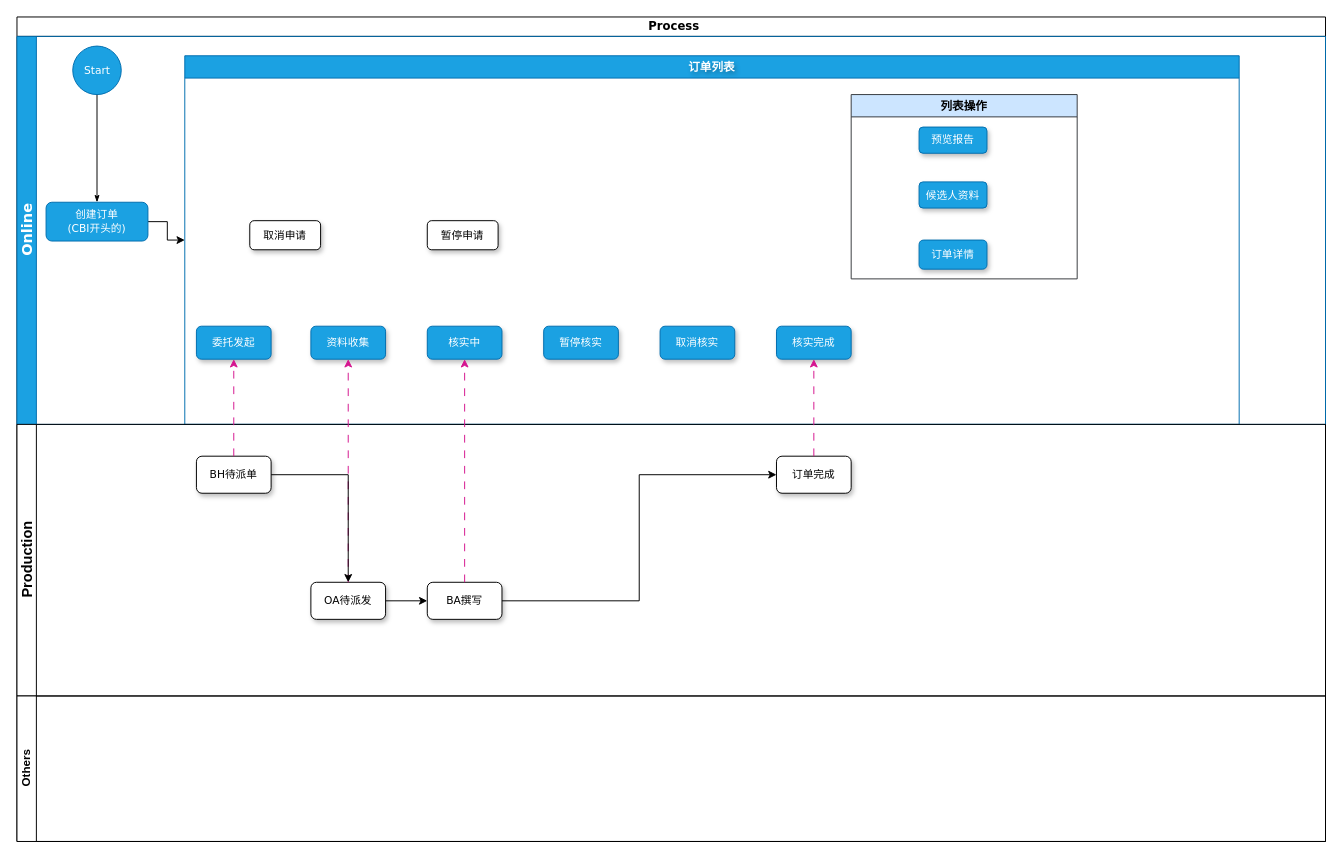
romon-liangbo/draw keeps this draw.io diagram as 3.drawio. Above is the earlier version. Source tidied: cells renumbered, new cells numbered last; positions are measured from the earlier drawing's top-left corner, leaving out a move shared by most shapes. Both pictures are drawn from the tidied source at 97%, with x=0, y=0 at pixel (16, 16).
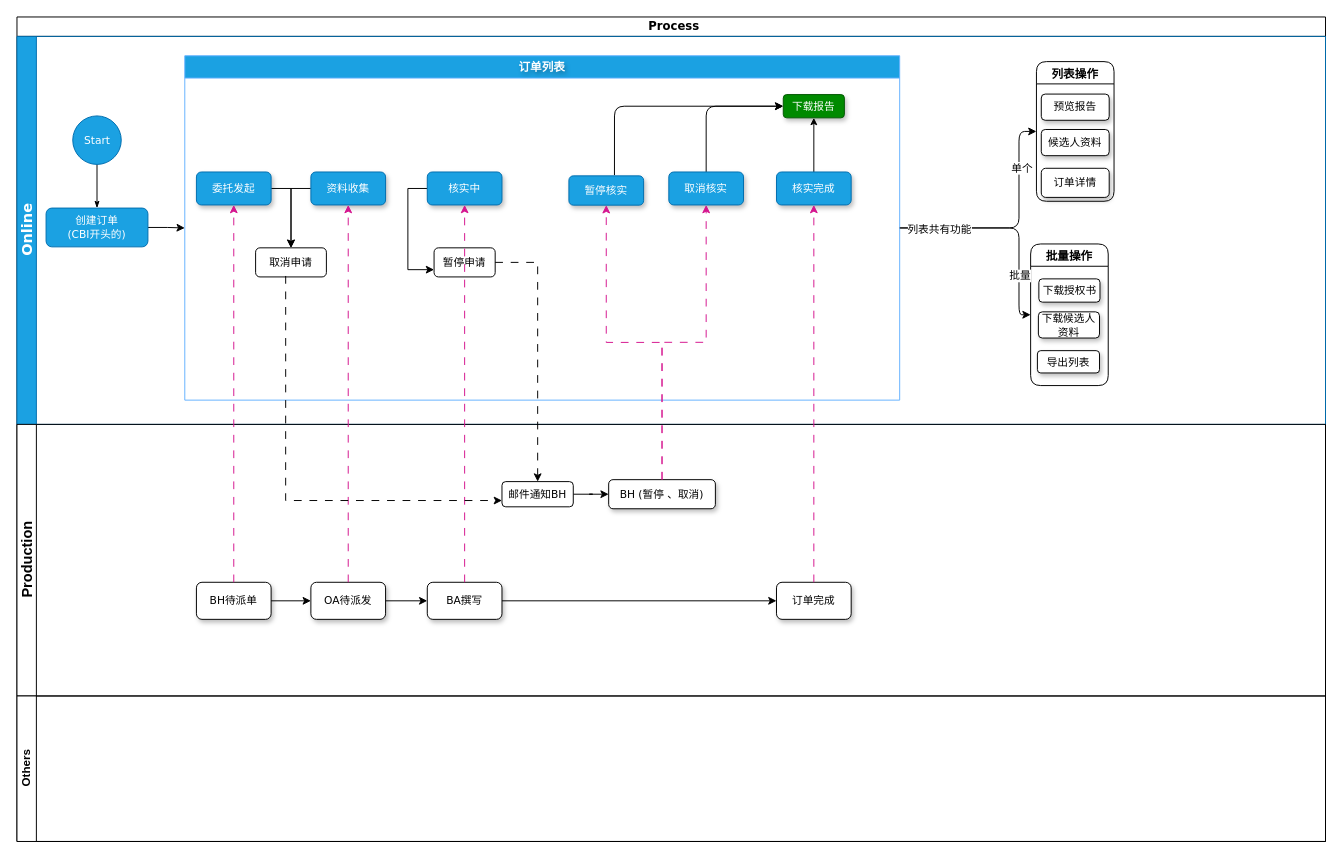
The same diagram, later.

Unchanged cells that the change refers to:
```xml
<mxCell id="2" value="&amp;nbsp;Process" style="swimlane;html=1;horizontal=1;startSize=20;rounded=0;shadow=0;labelBackgroundColor=default;strokeWidth=1;fontFamily=Verdana;fontSize=12;align=center;" parent="1" vertex="1">
  <mxGeometry width="1349" height="850" as="geometry" />
</mxCell>
<mxCell id="21" value="&lt;font style=&quot;font-size: 15px;&quot;&gt;Production&lt;/font&gt;" style="swimlane;html=1;startSize=20;horizontal=0;" parent="2" vertex="1">
  <mxGeometry y="420" width="1349" height="280" as="geometry" />
</mxCell>
```

What changed in the source:
```diff
@@
-    <mxCell id="3" value="&lt;font face=&quot;Verdana&quot; style=&quot;font-size: 15px;&quot;&gt;&lt;b style=&quot;&quot;&gt;Online&lt;/b&gt;&lt;/font&gt;" style="swimlane;html=1;startSize=20;horizontal=0;fontSize=12;fontStyle=0;fillColor=#1ba1e2;strokeColor=#006EAF;fontColor=#ffffff;" parent="2" vertex="1">
+    <mxCell id="3" value="&lt;font face=&quot;Verdana&quot; style=&quot;font-size: 15px;&quot;&gt;&lt;b style=&quot;&quot;&gt;Online&lt;/b&gt;&lt;/font&gt;" style="swimlane;html=1;startSize=20;horizontal=0;fontSize=12;fontStyle=0;fillColor=#1ba1e2;strokeColor=#006EAF;fontColor=#ffffff;fillStyle=auto;" parent="2" vertex="1">
       <mxGeometry y="20" width="1349" height="400" as="geometry" />
     </mxCell>
-    <mxCell id="4" value="订单列表" style="swimlane;whiteSpace=wrap;fillColor=#1ba1e2;strokeColor=#006EAF;fontColor=#ffffff;labelBackgroundColor=none;textShadow=1;html=1;" parent="3" vertex="1">
-      <mxGeometry x="173" y="20" width="1087" height="380" as="geometry" />
-    </mxCell>
-    <mxCell id="5" value="&lt;font style=&quot;font-size: 11px;&quot;&gt;委托发起&lt;/font&gt;" style="rounded=1;whiteSpace=wrap;html=1;shadow=1;labelBackgroundColor=none;strokeWidth=1;fontFamily=Verdana;fontSize=11;align=center;fillColor=#1ba1e2;fontColor=#ffffff;strokeColor=#006EAF;" parent="4" vertex="1">
-      <mxGeometry x="12" y="278.8" width="77" height="34" as="geometry" />
-    </mxCell>
-    <mxCell id="6" value="资料收集" style="rounded=1;whiteSpace=wrap;html=1;shadow=1;labelBackgroundColor=none;strokeWidth=1;fontFamily=Verdana;fontSize=11;align=center;fillColor=#1ba1e2;fontColor=#ffffff;strokeColor=#006EAF;" parent="4" vertex="1">
-      <mxGeometry x="130" y="278.8" width="77" height="34" as="geometry" />
-    </mxCell>
-    <mxCell id="7" value="核实中" style="rounded=1;whiteSpace=wrap;html=1;shadow=1;labelBackgroundColor=none;strokeWidth=1;fontFamily=Verdana;fontSize=11;align=center;fillColor=#1ba1e2;fontColor=#ffffff;strokeColor=#006EAF;" parent="4" vertex="1">
-      <mxGeometry x="250" y="278.8" width="77" height="34" as="geometry" />
-    </mxCell>
-    <mxCell id="8" value="暂停核实" style="rounded=1;whiteSpace=wrap;html=1;shadow=1;labelBackgroundColor=none;strokeWidth=1;fontFamily=Verdana;fontSize=11;align=center;fillColor=#1ba1e2;fontColor=#ffffff;strokeColor=#006EAF;" parent="4" vertex="1">
-      <mxGeometry x="370" y="278.8" width="77" height="34" as="geometry" />
-    </mxCell>
-    <mxCell id="9" value="取消核实" style="rounded=1;whiteSpace=wrap;html=1;shadow=1;labelBackgroundColor=none;strokeWidth=1;fontFamily=Verdana;fontSize=11;align=center;fillColor=#1ba1e2;fontColor=#ffffff;strokeColor=#006EAF;" parent="4" vertex="1">
-      <mxGeometry x="490" y="278.8" width="77" height="34" as="geometry" />
-    </mxCell>
-    <mxCell id="10" value="核实完成" style="rounded=1;whiteSpace=wrap;html=1;shadow=1;labelBackgroundColor=none;strokeWidth=1;fontFamily=Verdana;fontSize=11;align=center;fillColor=#1ba1e2;fontColor=#ffffff;strokeColor=#006EAF;" parent="4" vertex="1">
-      <mxGeometry x="610" y="278.8" width="77" height="34" as="geometry" />
-    </mxCell>
-    <mxCell id="11" value="列表操作" style="swimlane;whiteSpace=wrap;html=1;fillColor=#cce5ff;strokeColor=#36393d;" parent="4" vertex="1">
-      <mxGeometry x="687" y="40" width="233" height="190" as="geometry" />
+    <mxCell id="11" value="&lt;p style=&quot;line-height: 100%;&quot;&gt;列表操作&lt;/p&gt;" style="swimlane;whiteSpace=wrap;html=1;rounded=1;shadow=0;" parent="3" vertex="1">
+      <mxGeometry x="1051" y="26" width="80" height="144" as="geometry" />
     </mxCell>
-    <mxCell id="12" value="&lt;p style=&quot;line-height: 110%;&quot;&gt;预览报告&lt;/p&gt;" style="rounded=1;whiteSpace=wrap;html=1;shadow=1;labelBackgroundColor=none;strokeWidth=1;fontFamily=Verdana;fontSize=11;align=center;fillColor=#1ba1e2;fontColor=#ffffff;strokeColor=#006EAF;" parent="11" vertex="1">
-      <mxGeometry x="70" y="33.5" width="70" height="27" as="geometry" />
+    <mxCell id="12" value="&lt;p style=&quot;line-height: 110%;&quot;&gt;预览报告&lt;/p&gt;" style="rounded=1;whiteSpace=wrap;html=1;shadow=1;labelBackgroundColor=none;strokeWidth=1;fontFamily=Verdana;fontSize=11;align=center;" parent="11" vertex="1">
+      <mxGeometry x="5" y="33.5" width="70" height="27" as="geometry" />
     </mxCell>
-    <mxCell id="13" value="候选人资料" style="rounded=1;whiteSpace=wrap;html=1;shadow=1;labelBackgroundColor=none;strokeWidth=1;fontFamily=Verdana;fontSize=11;align=center;fillColor=#1ba1e2;fontColor=#ffffff;strokeColor=#006EAF;" parent="11" vertex="1">
-      <mxGeometry x="70" y="90" width="70" height="27" as="geometry" />
+    <mxCell id="13" value="候选人资料" style="rounded=1;whiteSpace=wrap;html=1;shadow=1;labelBackgroundColor=none;strokeWidth=1;fontFamily=Verdana;fontSize=11;align=center;" parent="11" vertex="1">
+      <mxGeometry x="5" y="70" width="70" height="27" as="geometry" />
     </mxCell>
-    <mxCell id="14" value="订单详情" style="rounded=1;whiteSpace=wrap;html=1;shadow=1;labelBackgroundColor=none;strokeWidth=1;fontFamily=Verdana;fontSize=11;align=center;fillColor=#1ba1e2;fontColor=#ffffff;strokeColor=#006EAF;" parent="11" vertex="1">
-      <mxGeometry x="70" y="150" width="70" height="30" as="geometry" />
+    <mxCell id="14" value="&lt;p style=&quot;line-height: 100%;&quot;&gt;订单详情&lt;/p&gt;" style="rounded=1;whiteSpace=wrap;html=1;shadow=1;labelBackgroundColor=none;strokeWidth=1;fontFamily=Verdana;fontSize=11;align=center;" parent="11" vertex="1">
+      <mxGeometry x="5" y="110" width="70" height="30" as="geometry" />
     </mxCell>
-    <mxCell id="15" value="取消申请" style="rounded=1;whiteSpace=wrap;html=1;shadow=1;labelBackgroundColor=none;strokeWidth=1;fontFamily=Verdana;fontSize=11;align=center;" parent="4" vertex="1">
-      <mxGeometry x="67" y="170" width="73" height="30" as="geometry" />
-    </mxCell>
-    <mxCell id="16" value="暂停申请" style="rounded=1;whiteSpace=wrap;html=1;shadow=1;labelBackgroundColor=none;strokeWidth=1;fontFamily=Verdana;fontSize=11;align=center;" parent="4" vertex="1">
-      <mxGeometry x="250" y="170" width="73" height="30" as="geometry" />
-    </mxCell>
@@
     <mxCell id="18" value="&lt;font style=&quot;font-size: 11px;&quot;&gt;Start&lt;/font&gt;" style="ellipse;whiteSpace=wrap;html=1;rounded=0;shadow=0;labelBackgroundColor=none;strokeWidth=1;fontFamily=Verdana;fontSize=8;align=center;fillColor=#1ba1e2;fontColor=#ffffff;strokeColor=#006EAF;" parent="3" vertex="1">
-      <mxGeometry x="57.5" y="10" width="50" height="50" as="geometry" />
+      <mxGeometry x="57.5" y="82" width="50" height="50" as="geometry" />
     </mxCell>
@@
     <mxCell id="20" value="&lt;font style=&quot;font-size: 11px;&quot;&gt;创建订单&lt;br&gt;(CBI开头的)&lt;/font&gt;" style="rounded=1;whiteSpace=wrap;html=1;shadow=0;labelBackgroundColor=none;strokeWidth=1;fontFamily=Verdana;fontSize=8;align=center;direction=south;fillColor=#1ba1e2;fontColor=#ffffff;strokeColor=#006EAF;" parent="3" vertex="1">
-      <mxGeometry x="30" y="171" width="105" height="40" as="geometry" />
+      <mxGeometry x="30" y="177" width="105" height="40" as="geometry" />
     </mxCell>
+    <mxCell id="34" style="edgeStyle=orthogonalEdgeStyle;rounded=1;jettySize=auto;html=1;entryX=0;entryY=0.5;entryDx=0;entryDy=0;exitX=1;exitY=0.5;exitDx=0;exitDy=0;curved=0;" parent="3" edge="1" source="4" target="11">
+      <mxGeometry relative="1" as="geometry">
+        <Array as="points">
+          <mxPoint x="1033" y="198" />
+          <mxPoint x="1033" y="98" />
+        </Array>
+      </mxGeometry>
+    </mxCell>
+    <mxCell id="35" value="单个" style="edgeLabel;html=1;align=center;verticalAlign=middle;" parent="34" vertex="1">
+      <mxGeometry x="0.54" y="-1" relative="1" as="geometry">
+        <mxPoint x="1" as="offset" />
+      </mxGeometry>
+    </mxCell>
+    <mxCell id="4" value="订单列表" style="swimlane;whiteSpace=wrap;fillColor=#1ba1e2;strokeColor=#66B2FF;fontColor=#ffffff;labelBackgroundColor=none;textShadow=1;html=1;perimeterSpacing=0;" parent="3" vertex="1">
+      <mxGeometry x="173" y="20" width="737" height="355" as="geometry" />
+    </mxCell>
+    <mxCell id="36" style="edgeStyle=orthogonalEdgeStyle;rounded=0;jettySize=auto;html=1;entryX=0.5;entryY=0;entryDx=0;entryDy=0;exitX=1;exitY=0.5;exitDx=0;exitDy=0;" parent="4" edge="1" source="5" target="15">
+      <mxGeometry relative="1" as="geometry" />
+    </mxCell>
+    <mxCell id="5" value="&lt;font style=&quot;font-size: 11px;&quot;&gt;委托发起&lt;/font&gt;" style="rounded=1;whiteSpace=wrap;html=1;shadow=1;labelBackgroundColor=none;strokeWidth=1;fontFamily=Verdana;fontSize=11;align=center;fillColor=#1ba1e2;fontColor=#ffffff;strokeColor=#006EAF;" parent="4" vertex="1">
+      <mxGeometry x="12" y="119.8" width="77" height="34" as="geometry" />
+    </mxCell>
+    <mxCell id="37" style="edgeStyle=orthogonalEdgeStyle;rounded=0;jettySize=auto;html=1;exitX=0;exitY=0.5;exitDx=0;exitDy=0;entryX=0.5;entryY=0;entryDx=0;entryDy=0;" parent="4" edge="1" source="6" target="15">
+      <mxGeometry relative="1" as="geometry" />
+    </mxCell>
+    <mxCell id="6" value="资料收集" style="rounded=1;whiteSpace=wrap;html=1;shadow=1;labelBackgroundColor=none;strokeWidth=1;fontFamily=Verdana;fontSize=11;align=center;fillColor=#1ba1e2;fontColor=#ffffff;strokeColor=#006EAF;" parent="4" vertex="1">
+      <mxGeometry x="130" y="119.8" width="77" height="34" as="geometry" />
+    </mxCell>
+    <mxCell id="38" style="edgeStyle=orthogonalEdgeStyle;rounded=0;jettySize=auto;html=1;entryX=0;entryY=0.75;entryDx=0;entryDy=0;exitX=0;exitY=0.5;exitDx=0;exitDy=0;" parent="4" edge="1" source="7" target="16">
+      <mxGeometry relative="1" as="geometry">
+        <Array as="points">
+          <mxPoint x="230" y="137" />
+          <mxPoint x="230" y="221" />
+        </Array>
+      </mxGeometry>
+    </mxCell>
+    <mxCell id="7" value="核实中" style="rounded=1;whiteSpace=wrap;html=1;shadow=1;labelBackgroundColor=none;strokeWidth=1;fontFamily=Verdana;fontSize=11;align=center;fillColor=#1ba1e2;fontColor=#ffffff;strokeColor=#006EAF;" parent="4" vertex="1">
+      <mxGeometry x="250" y="119.8" width="77" height="34" as="geometry" />
+    </mxCell>
+    <mxCell id="39" style="edgeStyle=orthogonalEdgeStyle;rounded=1;jettySize=auto;html=1;entryX=0;entryY=0.5;entryDx=0;entryDy=0;exitX=0.61;exitY=-0.025;exitDx=0;exitDy=0;exitPerimeter=0;curved=0;" parent="4" edge="1" source="8" target="42">
+      <mxGeometry relative="1" as="geometry" />
+    </mxCell>
+    <mxCell id="8" value="暂停核实" style="rounded=1;whiteSpace=wrap;html=1;shadow=1;labelBackgroundColor=none;strokeWidth=1;fontFamily=Verdana;fontSize=11;align=center;fillColor=#1ba1e2;fontColor=#ffffff;strokeColor=#006EAF;" parent="4" vertex="1">
+      <mxGeometry x="396" y="123.8" width="77" height="30.2" as="geometry" />
+    </mxCell>
+    <mxCell id="40" style="edgeStyle=orthogonalEdgeStyle;rounded=1;jettySize=auto;html=1;entryX=0;entryY=0.5;entryDx=0;entryDy=0;exitX=0.5;exitY=0;exitDx=0;exitDy=0;curved=0;" parent="4" edge="1" source="9" target="42">
+      <mxGeometry relative="1" as="geometry" />
+    </mxCell>
+    <mxCell id="9" value="取消核实" style="rounded=1;whiteSpace=wrap;html=1;shadow=1;labelBackgroundColor=none;strokeWidth=1;fontFamily=Verdana;fontSize=11;align=center;fillColor=#1ba1e2;fontColor=#ffffff;strokeColor=#006EAF;" parent="4" vertex="1">
+      <mxGeometry x="499" y="119.8" width="77" height="34" as="geometry" />
+    </mxCell>
+    <mxCell id="41" style="edgeStyle=orthogonalEdgeStyle;rounded=0;jettySize=auto;html=1;endSize=5;startSize=5;" parent="4" edge="1" source="10" target="42">
+      <mxGeometry relative="1" as="geometry" />
+    </mxCell>
+    <mxCell id="10" value="核实完成" style="rounded=1;whiteSpace=wrap;html=1;shadow=1;labelBackgroundColor=none;strokeWidth=1;fontFamily=Verdana;fontSize=11;align=center;fillColor=#1ba1e2;fontColor=#ffffff;strokeColor=#006EAF;" parent="4" vertex="1">
+      <mxGeometry x="610" y="119.8" width="77" height="34" as="geometry" />
+    </mxCell>
+    <mxCell id="15" value="取消申请" style="rounded=1;whiteSpace=wrap;html=1;shadow=0;labelBackgroundColor=none;strokeWidth=1;fontFamily=Verdana;fontSize=11;align=center;glass=0;" parent="4" vertex="1">
+      <mxGeometry x="73" y="198" width="73" height="30" as="geometry" />
+    </mxCell>
+    <mxCell id="16" value="暂停申请" style="rounded=1;whiteSpace=wrap;html=1;shadow=0;labelBackgroundColor=none;strokeWidth=1;fontFamily=Verdana;fontSize=11;align=center;" parent="4" vertex="1">
+      <mxGeometry x="257" y="198" width="63" height="30" as="geometry" />
+    </mxCell>
+    <mxCell id="42" value="下载报告" style="rounded=1;whiteSpace=wrap;html=1;shadow=1;labelBackgroundColor=none;strokeWidth=1;fontFamily=Verdana;fontSize=11;align=center;fillColor=#008a00;strokeColor=#005700;fontColor=#ffffff;" parent="4" vertex="1">
+      <mxGeometry x="617" y="40" width="63" height="24" as="geometry" />
+    </mxCell>
@@
     <mxCell id="22" value="订单完成" style="rounded=1;whiteSpace=wrap;html=1;shadow=1;labelBackgroundColor=none;strokeWidth=1;fontFamily=Verdana;fontSize=11;align=center;" parent="21" vertex="1">
-      <mxGeometry x="783" y="32.8" width="77" height="38.2" as="geometry" />
+      <mxGeometry x="783" y="162.8" width="77" height="38.2" as="geometry" />
     </mxCell>
     <mxCell id="23" value="BH待派单" style="rounded=1;whiteSpace=wrap;html=1;shadow=1;labelBackgroundColor=none;strokeWidth=1;fontFamily=Verdana;fontSize=11;align=center;" parent="21" vertex="1">
-      <mxGeometry x="185" y="32.8" width="77" height="38.2" as="geometry" />
+      <mxGeometry x="185" y="162.8" width="77" height="38.2" as="geometry" />
     </mxCell>
+    <mxCell id="43" value="BH (暂停 、取消)" style="rounded=1;whiteSpace=wrap;html=1;shadow=1;labelBackgroundColor=none;strokeWidth=1;fontFamily=Verdana;fontSize=11;align=center;" parent="21" vertex="1">
+      <mxGeometry x="610" y="57" width="110" height="30" as="geometry" />
+    </mxCell>
+    <mxCell id="44" style="edgeStyle=orthogonalEdgeStyle;rounded=0;jettySize=auto;html=1;" parent="21" edge="1" source="45" target="43">
+      <mxGeometry relative="1" as="geometry" />
+    </mxCell>
+    <mxCell id="45" value="邮件通知BH" style="whiteSpace=wrap;html=1;fontSize=11;fontFamily=Verdana;rounded=1;shadow=0;labelBackgroundColor=none;strokeWidth=1;glass=0;" parent="21" vertex="1">
+      <mxGeometry x="500" y="59" width="73.5" height="26" as="geometry" />
+    </mxCell>
@@
+    <mxCell id="46" style="edgeStyle=orthogonalEdgeStyle;rounded=0;jettySize=auto;html=1;entryX=0;entryY=0.75;entryDx=0;entryDy=0;exitX=0.425;exitY=0.967;exitDx=0;exitDy=0;exitPerimeter=0;dashed=1;dashPattern=8 8;" parent="2" edge="1" source="15" target="45">
+      <mxGeometry relative="1" as="geometry" />
+    </mxCell>
+    <mxCell id="47" style="edgeStyle=orthogonalEdgeStyle;rounded=0;jettySize=auto;html=1;dashed=1;dashPattern=8 8;" parent="2" edge="1" source="16" target="45">
+      <mxGeometry relative="1" as="geometry" />
+    </mxCell>
+    <mxCell id="48" style="edgeStyle=orthogonalEdgeStyle;rounded=0;jettySize=auto;html=1;strokeColor=#d5158f;dashed=1;dashPattern=8 8;fillColor=#f8cecc;align=center;verticalAlign=middle;fontFamily=Helvetica;fontSize=11;fontColor=default;labelBackgroundColor=default;endArrow=classic;entryX=0.5;entryY=1;entryDx=0;entryDy=0;" parent="2" edge="1" source="43" target="9">
+      <mxGeometry relative="1" as="geometry" />
+    </mxCell>
+    <mxCell id="49" style="edgeStyle=orthogonalEdgeStyle;rounded=0;jettySize=auto;html=1;dashed=1;dashPattern=8 8;strokeColor=#d5158f;align=center;verticalAlign=middle;fontFamily=Helvetica;fontSize=11;fontColor=default;labelBackgroundColor=default;endArrow=classic;exitX=0.5;exitY=0;exitDx=0;exitDy=0;entryX=0.5;entryY=1;entryDx=0;entryDy=0;" parent="2" edge="1" source="43" target="8">
+      <mxGeometry relative="1" as="geometry" />
+    </mxCell>
+    <mxCell id="50" value="&lt;p style=&quot;line-height: 100%;&quot;&gt;批量操作&lt;/p&gt;" style="swimlane;whiteSpace=wrap;html=1;startSize=23;rounded=1;shadow=0;" parent="1" vertex="1">
+      <mxGeometry x="1045" y="234" width="80" height="146" as="geometry" />
+    </mxCell>
+    <mxCell id="51" value="下载候选人资料" style="rounded=1;whiteSpace=wrap;html=1;shadow=1;labelBackgroundColor=none;strokeWidth=1;fontFamily=Verdana;fontSize=11;align=center;" parent="50" vertex="1">
+      <mxGeometry x="8" y="70" width="63" height="27" as="geometry" />
+    </mxCell>
+    <mxCell id="52" value="&lt;p style=&quot;line-height: 100%;&quot;&gt;导出列表&lt;/p&gt;" style="rounded=1;whiteSpace=wrap;html=1;shadow=1;labelBackgroundColor=none;strokeWidth=1;fontFamily=Verdana;fontSize=11;align=center;" parent="50" vertex="1">
+      <mxGeometry x="7" y="110" width="64" height="23" as="geometry" />
+    </mxCell>
+    <mxCell id="53" value="&lt;p style=&quot;line-height: 100%;&quot;&gt;下载授权书&lt;/p&gt;" style="rounded=1;whiteSpace=wrap;html=1;shadow=1;labelBackgroundColor=none;strokeWidth=1;fontFamily=Verdana;fontSize=11;align=center;" parent="50" vertex="1">
+      <mxGeometry x="8.5" y="36" width="63" height="24" as="geometry" />
+    </mxCell>
+    <mxCell id="54" style="edgeStyle=orthogonalEdgeStyle;rounded=1;jettySize=auto;html=1;entryX=0;entryY=0.5;entryDx=0;entryDy=0;curved=0;" parent="1" edge="1" source="4" target="50">
+      <mxGeometry relative="1" as="geometry">
+        <Array as="points">
+          <mxPoint x="1033" y="218" />
+          <mxPoint x="1033" y="307" />
+        </Array>
+      </mxGeometry>
+    </mxCell>
+    <mxCell id="55" value="列表共有功能" style="edgeLabel;html=1;align=center;verticalAlign=middle;" parent="54" vertex="1">
+      <mxGeometry x="-0.64" relative="1" as="geometry">
+        <mxPoint y="1" as="offset" />
+      </mxGeometry>
+    </mxCell>
+    <mxCell id="56" value="批量" style="edgeLabel;html=1;align=center;verticalAlign=middle;" parent="54" vertex="1">
+      <mxGeometry x="0.53" y="-1" relative="1" as="geometry">
+        <mxPoint x="1" as="offset" />
+      </mxGeometry>
+    </mxCell>
```
